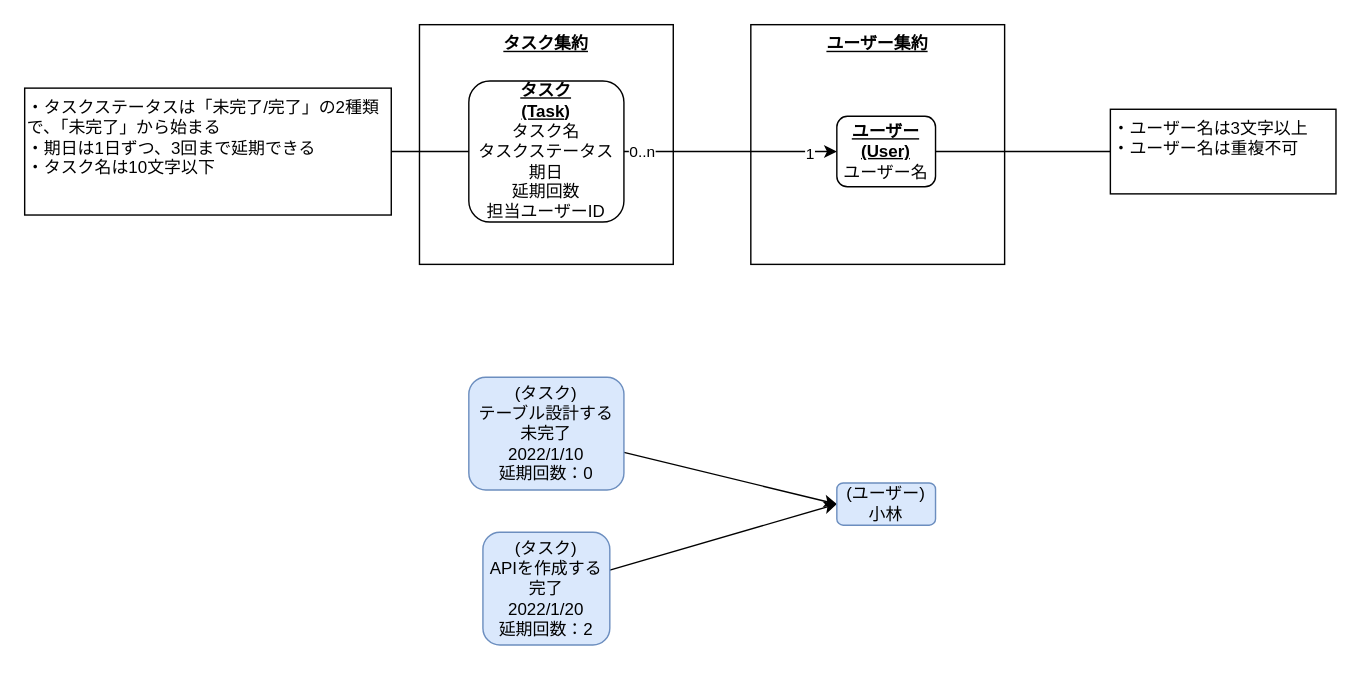
Above: page "ドメインモデル図/オブジェクト図" (2 of 2) of ddd-sample.drawio in k-kazuya0926/ddd-sample (draw.io), before the change. Source tidied: cells renumbered, new cells numbered last; positions are measured from the earlier drawing's top-left corner, leaving out a move shared by most shapes. Both pictures are drawn from the tidied source at 141%, with x=0, y=0 at pixel (24, 24).
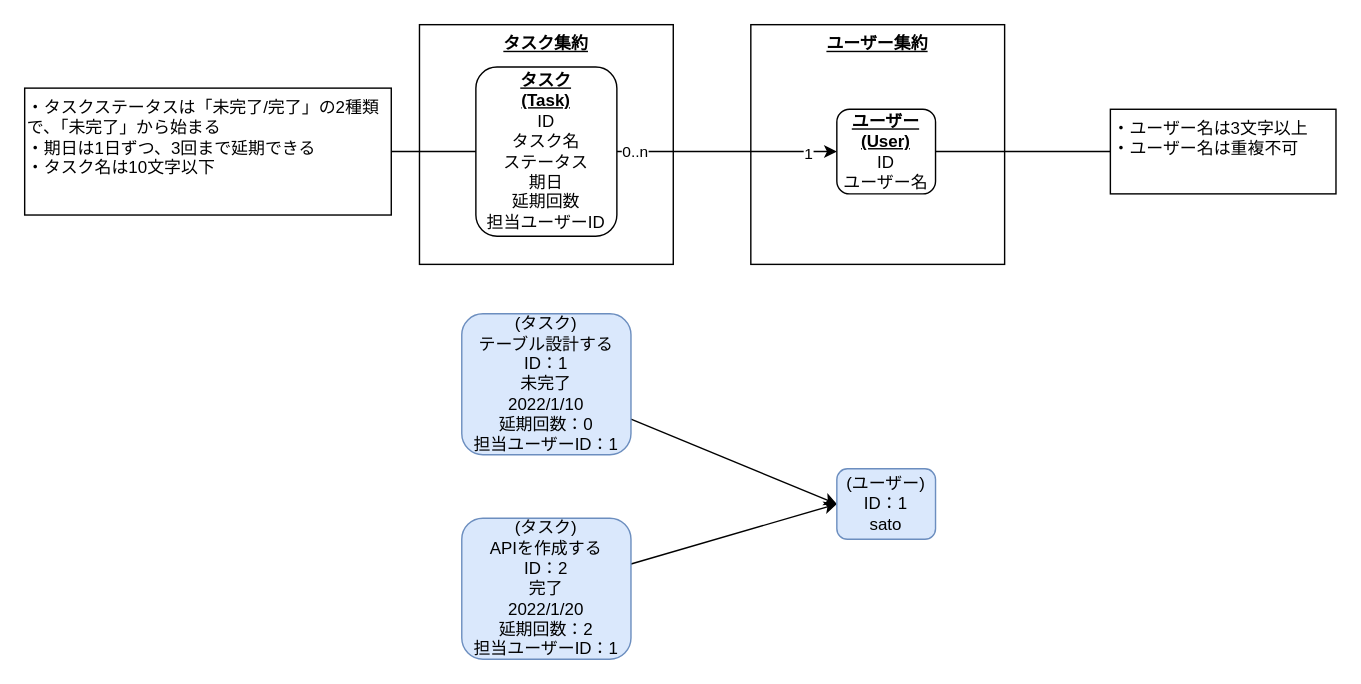
The same diagram, later.

The edit, as a diff of the source:
```diff
@@
 <mxGraphModel>
   <root>
     <mxCell id="0" />
     <mxCell id="1" parent="0" />
     <mxCell id="2" value="&lt;u&gt;&lt;b&gt;ユーザー集約&lt;/b&gt;&lt;/u&gt;" style="rounded=0;whiteSpace=wrap;html=1;fillColor=none;verticalAlign=top;" parent="1" vertex="1">
       <mxGeometry x="515" width="180" height="170" as="geometry" />
     </mxCell>
     <mxCell id="3" value="&lt;u&gt;&lt;b&gt;タスク集約&lt;/b&gt;&lt;/u&gt;" style="rounded=0;whiteSpace=wrap;html=1;fillColor=none;verticalAlign=top;" parent="1" vertex="1">
       <mxGeometry x="280" width="180" height="170" as="geometry" />
     </mxCell>
     <mxCell id="4" style="edgeStyle=none;rounded=0;jettySize=auto;html=1;entryX=0;entryY=0.5;entryDx=0;entryDy=0;endArrow=classic;endFill=1;" parent="1" edge="1" source="7" target="8">
       <mxGeometry relative="1" as="geometry" />
     </mxCell>
     <mxCell id="5" value="0..n" style="edgeLabel;html=1;align=center;verticalAlign=middle;" parent="4" vertex="1">
       <mxGeometry x="-0.84" y="1" relative="1" as="geometry" />
     </mxCell>
     <mxCell id="6" value="1" style="edgeLabel;html=1;align=center;verticalAlign=middle;" parent="4" vertex="1">
       <mxGeometry x="0.73" y="-1" relative="1" as="geometry" />
     </mxCell>
-    <mxCell id="7" value="&lt;b&gt;&lt;u&gt;タスク&lt;br&gt;(Task)&lt;/u&gt;&lt;/b&gt;&lt;br&gt;タスク名&lt;br&gt;タスクステータス&lt;br&gt;期日&lt;br&gt;延期回数&lt;br&gt;担当ユーザーID" style="rounded=1;whiteSpace=wrap;html=1;" parent="1" vertex="1">
-      <mxGeometry x="315" y="40" width="110" height="100" as="geometry" />
+    <mxCell id="7" value="&lt;b&gt;&lt;u&gt;タスク&lt;br&gt;(Task)&lt;/u&gt;&lt;/b&gt;&lt;br&gt;ID&lt;br&gt;タスク名&lt;br&gt;ステータス&lt;br&gt;期日&lt;br&gt;延期回数&lt;br&gt;担当ユーザーID" style="rounded=1;whiteSpace=wrap;html=1;" parent="1" vertex="1">
+      <mxGeometry x="320" y="30" width="100" height="120" as="geometry" />
     </mxCell>
-    <mxCell id="8" value="&lt;b&gt;&lt;u&gt;ユーザー&lt;br&gt;(User)&lt;/u&gt;&lt;/b&gt;&lt;br&gt;ユーザー名" style="rounded=1;whiteSpace=wrap;html=1;" parent="1" vertex="1">
-      <mxGeometry x="576" y="65" width="70" height="50" as="geometry" />
+    <mxCell id="8" value="&lt;b&gt;&lt;u&gt;ユーザー&lt;br&gt;(User)&lt;/u&gt;&lt;/b&gt;&lt;br&gt;ID&lt;br&gt;ユーザー名" style="rounded=1;whiteSpace=wrap;html=1;" parent="1" vertex="1">
+      <mxGeometry x="576" y="60" width="70" height="60" as="geometry" />
     </mxCell>
     <mxCell id="9" style="edgeStyle=none;rounded=0;jettySize=auto;html=1;entryX=0;entryY=0.5;entryDx=0;entryDy=0;endArrow=none;endFill=0;" parent="1" edge="1" source="10" target="7">
       <mxGeometry relative="1" as="geometry" />
     </mxCell>
     <mxCell id="10" value="・タスクステータスは「未完了/完了」の2種類で、「未完了」から始まる&lt;br&gt;・期日は1日ずつ、3回まで延期できる&lt;br&gt;・タスク名は10文字以下" style="rounded=0;whiteSpace=wrap;html=1;align=left;verticalAlign=top;" parent="1" vertex="1">
       <mxGeometry y="45" width="260" height="90" as="geometry" />
     </mxCell>
     <mxCell id="11" style="edgeStyle=none;rounded=0;jettySize=auto;html=1;entryX=0;entryY=0.5;entryDx=0;entryDy=0;endArrow=classic;endFill=1;" parent="1" edge="1" source="12" target="15">
       <mxGeometry relative="1" as="geometry" />
     </mxCell>
-    <mxCell id="12" value="(タスク)&lt;br&gt;テーブル設計する&lt;br&gt;未完了&lt;br&gt;2022/1/10&lt;br&gt;延期回数：0" style="rounded=1;whiteSpace=wrap;html=1;fillColor=#dae8fc;align=center;strokeColor=#6c8ebf;" parent="1" vertex="1">
-      <mxGeometry x="315" y="250" width="110" height="80" as="geometry" />
+    <mxCell id="12" value="(タスク)&lt;br&gt;テーブル設計する&lt;br&gt;ID：1&lt;br&gt;未完了&lt;br&gt;2022/1/10&lt;br&gt;延期回数：0&lt;br&gt;担当ユーザーID：1" style="rounded=1;whiteSpace=wrap;html=1;fillColor=#dae8fc;align=center;strokeColor=#6c8ebf;" parent="1" vertex="1">
+      <mxGeometry x="310" y="205" width="120" height="100" as="geometry" />
     </mxCell>
     <mxCell id="13" style="edgeStyle=none;rounded=0;jettySize=auto;html=1;entryX=0;entryY=0.5;entryDx=0;entryDy=0;endArrow=classic;endFill=1;" parent="1" edge="1" source="14" target="15">
       <mxGeometry relative="1" as="geometry" />
     </mxCell>
-    <mxCell id="14" value="(タスク)&lt;br&gt;APIを作成する&lt;br&gt;完了&lt;br&gt;2022/1/20&lt;br&gt;延期回数：2" style="rounded=1;whiteSpace=wrap;html=1;fillColor=#dae8fc;align=center;strokeColor=#6c8ebf;" parent="1" vertex="1">
-      <mxGeometry x="325" y="360" width="90" height="80" as="geometry" />
+    <mxCell id="14" value="(タスク)&lt;br&gt;APIを作成する&lt;br&gt;ID：2&lt;br&gt;完了&lt;br&gt;2022/1/20&lt;br&gt;延期回数：2&lt;br&gt;担当ユーザーID：1" style="rounded=1;whiteSpace=wrap;html=1;fillColor=#dae8fc;align=center;strokeColor=#6c8ebf;" parent="1" vertex="1">
+      <mxGeometry x="310" y="350" width="120" height="100" as="geometry" />
     </mxCell>
-    <mxCell id="15" value="(ユーザー)&lt;br&gt;小林" style="rounded=1;whiteSpace=wrap;html=1;fillColor=#dae8fc;align=center;strokeColor=#6c8ebf;" parent="1" vertex="1">
-      <mxGeometry x="576" y="325" width="70" height="30" as="geometry" />
+    <mxCell id="15" value="(ユーザー)&lt;br&gt;ID：1&lt;br&gt;sato" style="rounded=1;whiteSpace=wrap;html=1;fillColor=#dae8fc;align=center;strokeColor=#6c8ebf;" parent="1" vertex="1">
+      <mxGeometry x="576" y="315" width="70" height="50" as="geometry" />
     </mxCell>
     <mxCell id="16" style="edgeStyle=orthogonalEdgeStyle;rounded=0;jettySize=auto;html=1;entryX=1;entryY=0.5;entryDx=0;entryDy=0;endArrow=none;endFill=0;" parent="1" edge="1" source="17" target="8">
       <mxGeometry relative="1" as="geometry" />
     </mxCell>
     <mxCell id="17" value="・ユーザー名は3文字以上&lt;br&gt;・ユーザー名は重複不可" style="rounded=0;whiteSpace=wrap;html=1;align=left;verticalAlign=top;" parent="1" vertex="1">
       <mxGeometry x="770" y="60" width="160" height="60" as="geometry" />
     </mxCell>
   </root>
 </mxGraphModel>
```
